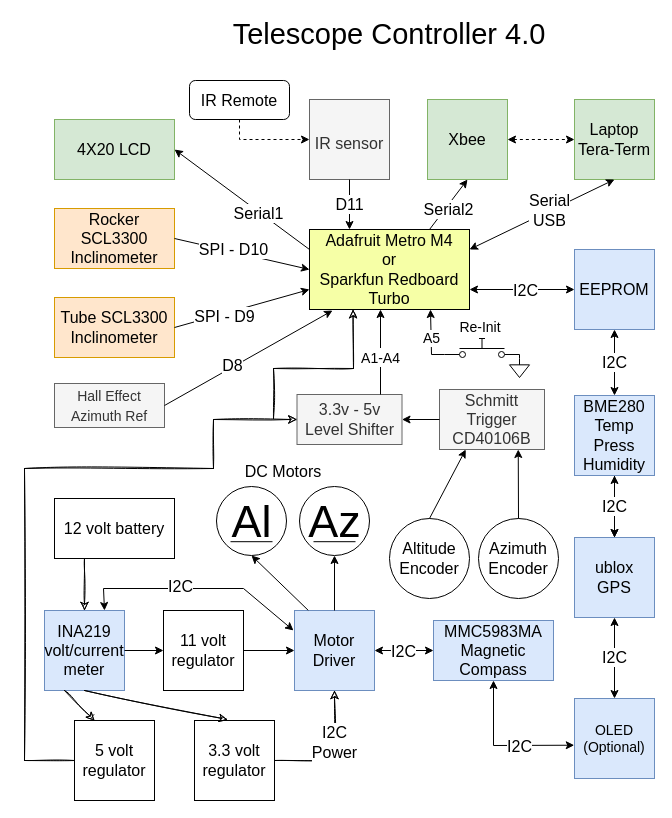
DavidArmstrong/SAMDTelescopeController keeps this draw.io diagram as TelescopeController4_0.drawio. Above is the earlier version. Source tidied: cells renumbered, new cells numbered last; positions are measured from the earlier drawing's top-left corner, leaving out a move shared by most shapes. Both pictures are drawn from the tidied source at 100%, with x=0, y=0 at pixel (24, 19).
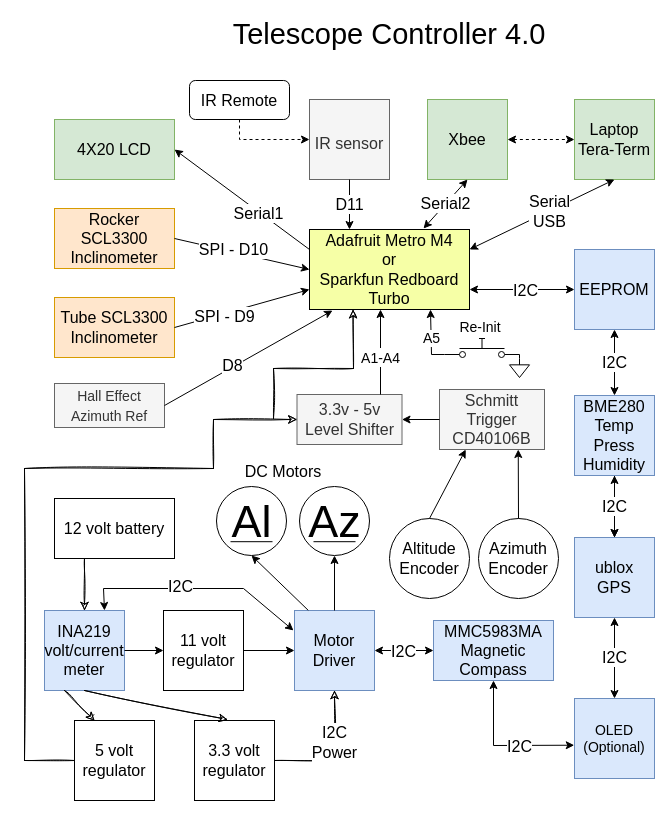
Above is the later version.

Unchanged cells that the change refers to:
```xml
<mxCell id="2" value="&lt;font style=&quot;font-size: 16px;&quot;&gt;Adafruit Metro M4&lt;br&gt;or&lt;br&gt;Sparkfun Redboard Turbo&lt;/font&gt;" style="rounded=0;whiteSpace=wrap;html=1;fillColor=#F6FFA6;" parent="1" vertex="1">
  <mxGeometry x="285" y="210" width="160" height="80" as="geometry" />
</mxCell>
<mxCell id="9" value="Xbee" style="whiteSpace=wrap;html=1;fontSize=16;fillColor=#d5e8d4;strokeColor=#82b366;" parent="1" vertex="1">
  <mxGeometry x="403" y="80" width="80" height="80" as="geometry" />
</mxCell>
<mxCell id="26" style="endArrow=classic;startArrow=classic;html=1;rounded=0;fontSize=16;entryX=0.5;entryY=1;entryDx=0;entryDy=0;exitX=1;exitY=0.25;exitDx=0;exitDy=0;" parent="1" edge="1" source="2" target="8">
  <mxGeometry relative="1" as="geometry" />
</mxCell>
```

What changed in the source:
```diff
@@
     <mxCell id="27" value="Serial&lt;br&gt;USB" style="edgeLabel;html=1;align=center;verticalAlign=middle;fontSize=16;" parent="26" vertex="1">
       <mxGeometry x="-0.29" y="-3" relative="1" as="geometry">
-        <mxPoint x="27" y="-17" as="offset" />
+        <mxPoint x="27" y="-16" as="offset" />
       </mxGeometry>
     </mxCell>
@@
-    <mxCell id="57" style="endArrow=classic;html=1;rounded=0;fontSize=16;entryX=0.5;entryY=1;entryDx=0;entryDy=0;exitX=0.75;exitY=0;exitDx=0;exitDy=0;" parent="1" edge="1" source="2" target="9">
-      <mxGeometry relative="1" as="geometry" />
-    </mxCell>
-    <mxCell id="58" value="Serial2" style="edgeLabel;html=1;align=center;verticalAlign=middle;fontSize=16;" parent="57" vertex="1">
-      <mxGeometry x="-0.48" relative="1" as="geometry">
-        <mxPoint x="9" y="-8" as="offset" />
-      </mxGeometry>
-    </mxCell>
@@
+    <mxCell id="58" value="Serial2" style="endArrow=classic;startArrow=classic;html=1;rounded=0;entryX=0.5;entryY=1;entryDx=0;entryDy=0;fontSize=16;" parent="1" edge="1" target="9">
+      <mxGeometry relative="1" as="geometry">
+        <mxPoint x="399" y="209" as="sourcePoint" />
+      </mxGeometry>
+    </mxCell>
```
